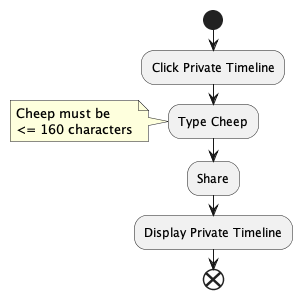
Before: docs/diagrams/ActivityDiagramCheep.png, a diagram exported from PlantUML (ITU-BDSA23-GROUP9/Chirp).
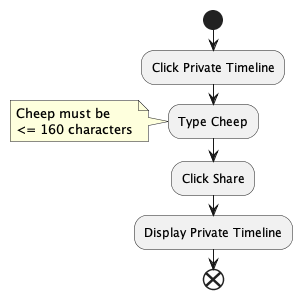
After the change.

Change to the diagram source:
```diff
@@ -6,7 +6,7 @@
         Cheep must be
         <= 160 characters
     end note
-    :Share;
+    :Click Share;
     :Display Private Timeline;
 end
 @enduml
```
